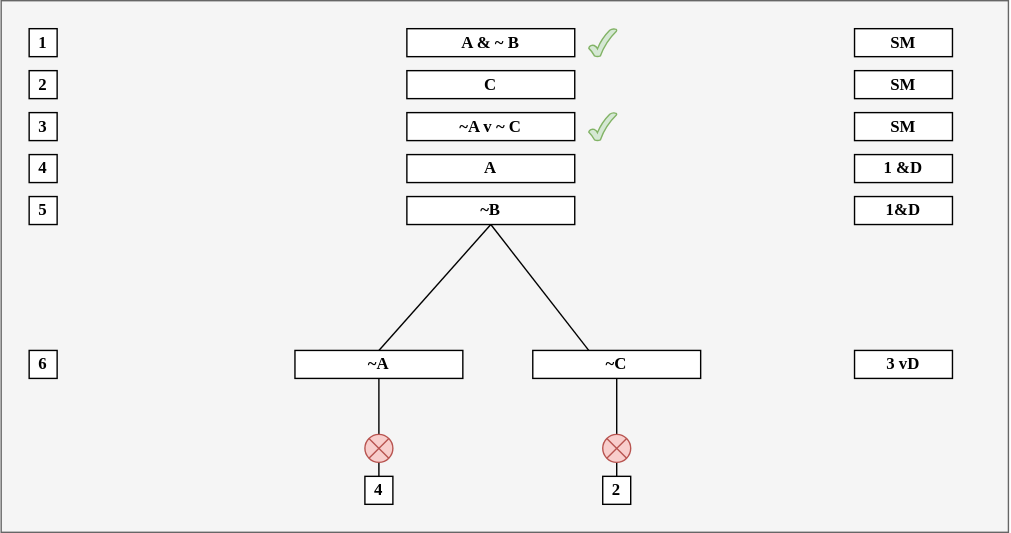
This is basic-closed-tree.svg from thomasabishop/logic-diagrams, a draw.io export, as it was before one commit. Source tidied: cells renumbered, new cells last; positions are measured from the earlier drawing's top-left corner, leaving out a move shared by most shapes.
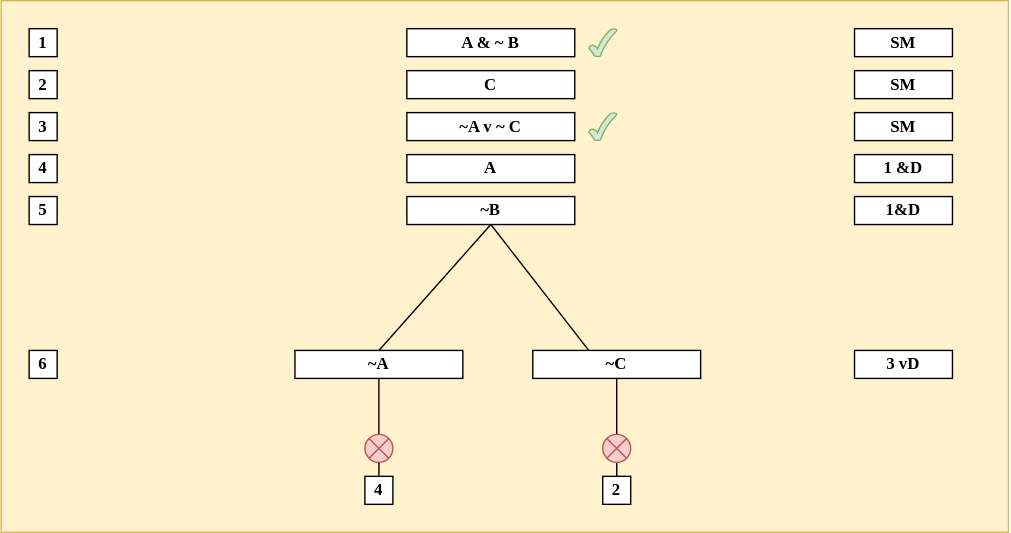
After the commit.

What changed in the source:
```diff
@@ -2,7 +2,7 @@
   <root>
     <mxCell id="0" />
     <mxCell id="1" parent="0" />
-    <mxCell id="2" style="rounded=0;whiteSpace=wrap;html=1;align=left;fillColor=#f5f5f5;fontColor=#333333;strokeColor=#666666;" parent="1" vertex="1">
+    <mxCell id="2" style="rounded=0;whiteSpace=wrap;html=1;align=left;fillColor=#fff2cc;strokeColor=#d6b656;" parent="1" vertex="1">
       <mxGeometry width="720" height="380" as="geometry" />
     </mxCell>
     <mxCell id="3" style="endArrow=none;html=1;rounded=0;fontFamily=Lucida Console;fontStyle=1;" parent="1" edge="1">
```
